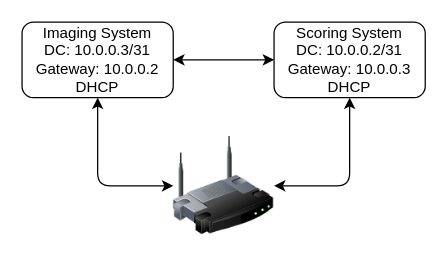
Above: page "Network" (4 of 4) of documentation/System_Schematics.drawio in kparlak/dart-scoring-system (draw.io), before the change. Source tidied: cells renumbered, new cells numbered last; positions are measured from the earlier drawing's top-left corner, leaving out a move shared by most shapes. Both pictures are drawn from the tidied source at 126%, with x=0, y=0 at pixel (21, 21).
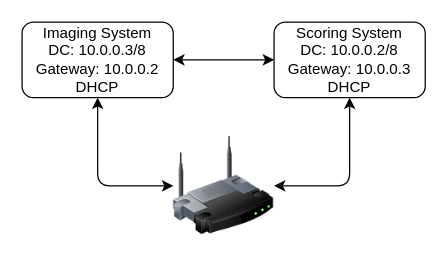
Above is the later version.

Change to the diagram source:
```diff
@@
 <mxGraphModel>
   <root>
     <mxCell id="0" />
     <mxCell id="1" parent="0" />
     <mxCell id="2" style="edgeStyle=orthogonalEdgeStyle;rounded=1;jettySize=auto;html=1;exitX=1;exitY=0.5;exitDx=0;exitDy=0;entryX=0;entryY=0.5;entryDx=0;entryDy=0;startArrow=classic;startFill=1;" parent="1" edge="1" source="4" target="6">
       <mxGeometry relative="1" as="geometry" />
     </mxCell>
     <mxCell id="3" style="edgeStyle=orthogonalEdgeStyle;rounded=1;jettySize=auto;html=1;exitX=0.5;exitY=1;exitDx=0;exitDy=0;entryX=0;entryY=0.5;entryDx=0;entryDy=0;startArrow=classic;startFill=1;" parent="1" edge="1" source="4" target="7">
       <mxGeometry relative="1" as="geometry" />
     </mxCell>
-    <mxCell id="4" value="Imaging System&lt;br&gt;DC: 10.0.0.3/31&lt;br&gt;Gateway: 10.0.0.2&lt;br&gt;DHCP" style="rounded=1;whiteSpace=wrap;html=1;" parent="1" vertex="1">
+    <mxCell id="4" value="Imaging System&lt;br&gt;DC: 10.0.0.3/8&lt;br&gt;Gateway: 10.0.0.2&lt;br&gt;DHCP" style="rounded=1;whiteSpace=wrap;html=1;" parent="1" vertex="1">
       <mxGeometry width="120" height="60" as="geometry" />
     </mxCell>
     <mxCell id="5" style="edgeStyle=orthogonalEdgeStyle;rounded=1;jettySize=auto;html=1;exitX=0.5;exitY=1;exitDx=0;exitDy=0;entryX=1;entryY=0.5;entryDx=0;entryDy=0;startArrow=classic;startFill=1;" parent="1" edge="1" source="6" target="7">
       <mxGeometry relative="1" as="geometry" />
     </mxCell>
-    <mxCell id="6" value="Scoring System&lt;br&gt;DC: 10.0.0.2/31&lt;br&gt;Gateway: 10.0.0.3&lt;br&gt;DHCP" style="rounded=1;whiteSpace=wrap;html=1;" parent="1" vertex="1">
+    <mxCell id="6" value="Scoring System&lt;br&gt;DC: 10.0.0.2/8&lt;br&gt;Gateway: 10.0.0.3&lt;br&gt;DHCP" style="rounded=1;whiteSpace=wrap;html=1;" parent="1" vertex="1">
       <mxGeometry x="200" width="120" height="60" as="geometry" />
     </mxCell>
     <mxCell id="7" style="image;html=1;image=img/lib/clip_art/networking/Wireless_Router_128x128.png;" parent="1" vertex="1">
       <mxGeometry x="120" y="90" width="80" height="80" as="geometry" />
     </mxCell>
   </root>
 </mxGraphModel>
```
